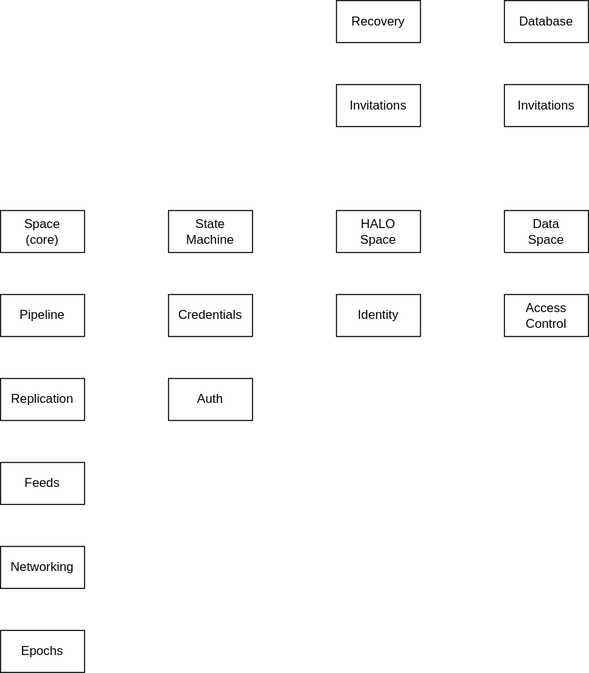
Above: docs/design/diagrams/echo-packages.drawio.svg in dxos/dxos (draw.io), before the change. Source tidied: cells renumbered, new cells last; positions are measured from the earlier drawing's top-left corner, leaving out a move shared by most shapes.
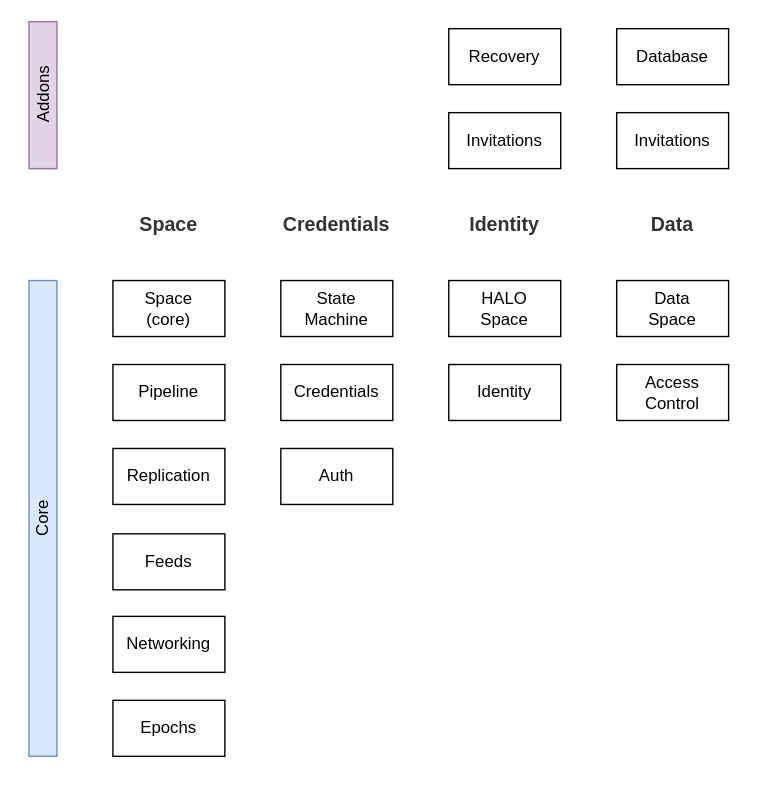
Later version of the same file.

Diff of the diagram source:
```diff
@@ -2,56 +2,77 @@
   <root>
     <mxCell id="0" />
     <mxCell id="1" parent="0" />
+    <mxCell id="19" style="rounded=0;whiteSpace=wrap;html=1;strokeColor=none;" parent="1" vertex="1">
+      <mxGeometry y="-320" width="540" height="560" as="geometry" />
+    </mxCell>
     <mxCell id="2" value="Pipeline" style="rounded=0;whiteSpace=wrap;html=1;" parent="1" vertex="1">
-      <mxGeometry y="280" width="80" height="40" as="geometry" />
+      <mxGeometry x="80" y="-60" width="80" height="40" as="geometry" />
     </mxCell>
     <mxCell id="3" value="Feeds" style="rounded=0;whiteSpace=wrap;html=1;" parent="1" vertex="1">
-      <mxGeometry y="440" width="80" height="40" as="geometry" />
+      <mxGeometry x="80" y="61" width="80" height="40" as="geometry" />
     </mxCell>
     <mxCell id="4" value="Credentials" style="rounded=0;whiteSpace=wrap;html=1;" parent="1" vertex="1">
-      <mxGeometry x="160" y="280" width="80" height="40" as="geometry" />
+      <mxGeometry x="200" y="-60" width="80" height="40" as="geometry" />
     </mxCell>
     <mxCell id="5" value="Networking" style="rounded=0;whiteSpace=wrap;html=1;" parent="1" vertex="1">
-      <mxGeometry y="520" width="80" height="40" as="geometry" />
+      <mxGeometry x="80" y="120" width="80" height="40" as="geometry" />
     </mxCell>
     <mxCell id="6" value="Replication" style="rounded=0;whiteSpace=wrap;html=1;" parent="1" vertex="1">
-      <mxGeometry y="360" width="80" height="40" as="geometry" />
+      <mxGeometry x="80" width="80" height="40" as="geometry" />
     </mxCell>
     <mxCell id="7" value="Space&lt;br&gt;(core)" style="rounded=0;whiteSpace=wrap;html=1;" parent="1" vertex="1">
-      <mxGeometry y="200" width="80" height="40" as="geometry" />
+      <mxGeometry x="80" y="-120" width="80" height="40" as="geometry" />
     </mxCell>
     <mxCell id="8" value="Identity" style="rounded=0;whiteSpace=wrap;html=1;" parent="1" vertex="1">
-      <mxGeometry x="320" y="280" width="80" height="40" as="geometry" />
+      <mxGeometry x="320" y="-60" width="80" height="40" as="geometry" />
     </mxCell>
     <mxCell id="9" value="Invitations" style="rounded=0;whiteSpace=wrap;html=1;" parent="1" vertex="1">
-      <mxGeometry x="320" y="80" width="80" height="40" as="geometry" />
+      <mxGeometry x="320" y="-240" width="80" height="40" as="geometry" />
     </mxCell>
     <mxCell id="10" value="Data&lt;br&gt;Space" style="rounded=0;whiteSpace=wrap;html=1;" parent="1" vertex="1">
-      <mxGeometry x="480" y="200" width="80" height="40" as="geometry" />
+      <mxGeometry x="440" y="-120" width="80" height="40" as="geometry" />
     </mxCell>
     <mxCell id="11" value="Access&lt;br&gt;Control" style="rounded=0;whiteSpace=wrap;html=1;" parent="1" vertex="1">
-      <mxGeometry x="480" y="280" width="80" height="40" as="geometry" />
+      <mxGeometry x="440" y="-60" width="80" height="40" as="geometry" />
     </mxCell>
     <mxCell id="12" value="Recovery" style="rounded=0;whiteSpace=wrap;html=1;" parent="1" vertex="1">
-      <mxGeometry x="320" width="80" height="40" as="geometry" />
+      <mxGeometry x="320" y="-300" width="80" height="40" as="geometry" />
     </mxCell>
     <mxCell id="13" value="HALO&lt;br&gt;Space" style="rounded=0;whiteSpace=wrap;html=1;" parent="1" vertex="1">
-      <mxGeometry x="320" y="200" width="80" height="40" as="geometry" />
+      <mxGeometry x="320" y="-120" width="80" height="40" as="geometry" />
     </mxCell>
     <mxCell id="14" value="Auth" style="rounded=0;whiteSpace=wrap;html=1;" parent="1" vertex="1">
-      <mxGeometry x="160" y="360" width="80" height="40" as="geometry" />
+      <mxGeometry x="200" width="80" height="40" as="geometry" />
     </mxCell>
     <mxCell id="15" value="State&lt;br&gt;Machine" style="rounded=0;whiteSpace=wrap;html=1;" parent="1" vertex="1">
-      <mxGeometry x="160" y="200" width="80" height="40" as="geometry" />
+      <mxGeometry x="200" y="-120" width="80" height="40" as="geometry" />
     </mxCell>
     <mxCell id="16" value="Epochs" style="rounded=0;whiteSpace=wrap;html=1;" parent="1" vertex="1">
-      <mxGeometry y="600" width="80" height="40" as="geometry" />
+      <mxGeometry x="80" y="180" width="80" height="40" as="geometry" />
     </mxCell>
     <mxCell id="17" value="Invitations" style="rounded=0;whiteSpace=wrap;html=1;" parent="1" vertex="1">
-      <mxGeometry x="480" y="80" width="80" height="40" as="geometry" />
+      <mxGeometry x="440" y="-240" width="80" height="40" as="geometry" />
     </mxCell>
     <mxCell id="18" value="Database" style="rounded=0;whiteSpace=wrap;html=1;" parent="1" vertex="1">
-      <mxGeometry x="480" width="80" height="40" as="geometry" />
+      <mxGeometry x="440" y="-300" width="80" height="40" as="geometry" />
     </mxCell>
+    <mxCell id="20" value="Core" style="rounded=0;whiteSpace=wrap;html=1;fillColor=#dae8fc;strokeColor=#6c8ebf;horizontal=1;rotation=270;" parent="1" vertex="1">
+      <mxGeometry x="-140" y="40" width="340" height="20" as="geometry" />
+    </mxCell>
+    <mxCell id="21" value="Addons" style="rounded=0;whiteSpace=wrap;html=1;fillColor=#e1d5e7;strokeColor=#9673a6;horizontal=1;rotation=270;" parent="1" vertex="1">
+      <mxGeometry x="-22.5" y="-262.5" width="105" height="20" as="geometry" />
+    </mxCell>
+    <mxCell id="22" value="Space" style="rounded=0;whiteSpace=wrap;html=1;fillColor=none;fontColor=#333333;strokeColor=none;fontSize=14;fontStyle=1;" parent="1" vertex="1">
+      <mxGeometry x="80" y="-170" width="80" height="20" as="geometry" />
+    </mxCell>
+    <mxCell id="23" value="Credentials" style="rounded=0;whiteSpace=wrap;html=1;fillColor=none;fontColor=#333333;strokeColor=none;fontSize=14;fontStyle=1;" parent="1" vertex="1">
+      <mxGeometry x="200" y="-170" width="80" height="20" as="geometry" />
+    </mxCell>
+    <mxCell id="24" value="Identity" style="rounded=0;whiteSpace=wrap;html=1;fillColor=none;fontColor=#333333;strokeColor=none;fontSize=14;fontStyle=1;" parent="1" vertex="1">
+      <mxGeometry x="320" y="-170" width="80" height="20" as="geometry" />
+    </mxCell>
+    <mxCell id="25" value="Data" style="rounded=0;whiteSpace=wrap;html=1;fillColor=none;fontColor=#333333;strokeColor=none;fontSize=14;fontStyle=1;" parent="1" vertex="1">
+      <mxGeometry x="440" y="-170" width="80" height="20" as="geometry" />
+    </mxCell>
   </root>
 </mxGraphModel>
```
